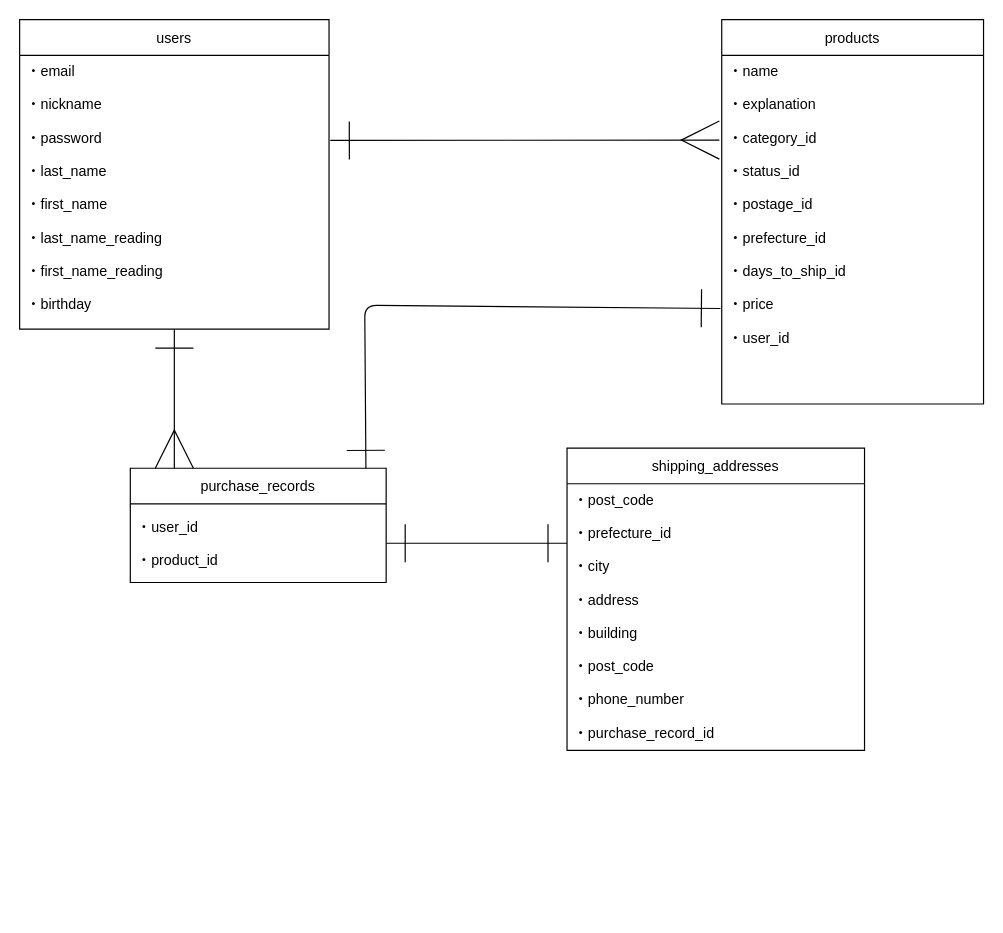
Osue1/furima-38186 keeps this draw.io diagram as ER.dio. Above is the earlier version. Source tidied: cells renumbered, new cells numbered last; positions are measured from the earlier drawing's top-left corner, leaving out a move shared by most shapes. Both pictures are drawn from the tidied source at 119%, with x=0, y=0 at pixel (19, 19).
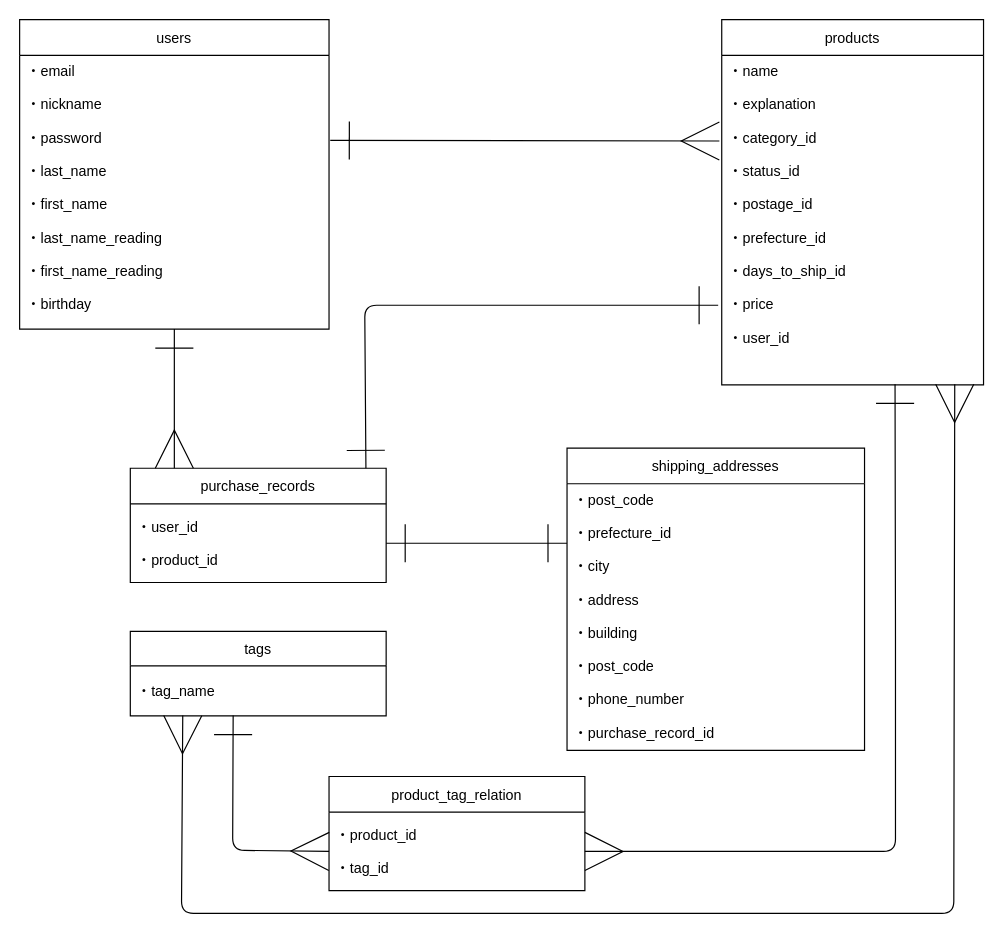
The same diagram, later.

Unchanged cells that the change refers to:
```xml
<mxCell id="4" value="・email&#10;&#10;・nickname&#10;&#10;・password&#10;&#10;・last_name&#10;&#10;・first_name&#10;&#10;・last_name_reading&#10;&#10;・first_name_reading&#10;&#10;・birthday" style="text;strokeColor=none;fillColor=none;align=left;verticalAlign=top;spacingLeft=4;spacingRight=4;overflow=hidden;points=[[0,0.5],[1,0.5]];portConstraint=eastwest;" parent="3" vertex="1">
  <mxGeometry y="30" width="260" height="230" as="geometry" />
</mxCell>
<mxCell id="11" value="purchase_records" style="swimlane;fontStyle=0;horizontal=1;startSize=30;html=0;" parent="1" vertex="1">
  <mxGeometry x="93" y="377" width="215" height="96" as="geometry" />
</mxCell>
```

The edit, as a diff of the source:
```diff
@@
-    <mxCell id="2" style="edgeStyle=none;html=1;exitX=1.004;exitY=0.311;exitDx=0;exitDy=0;endArrow=ERmany;endFill=0;endSize=30;startArrow=ERone;startFill=0;targetPerimeterSpacing=0;sourcePerimeterSpacing=0;startSize=30;entryX=-0.009;entryY=0.243;entryDx=0;entryDy=0;entryPerimeter=0;exitPerimeter=0;spacing=0;" parent="1" edge="1" source="4" target="6">
-      <mxGeometry relative="1" as="geometry" />
+    <mxCell id="2" style="edgeStyle=none;html=1;exitX=1.004;exitY=0.311;exitDx=0;exitDy=0;endArrow=ERmany;endFill=0;endSize=30;startArrow=ERone;startFill=0;targetPerimeterSpacing=0;sourcePerimeterSpacing=0;startSize=30;exitPerimeter=0;spacing=0;" parent="1" edge="1" source="4">
+      <mxGeometry relative="1" as="geometry">
+        <mxPoint x="588" y="102" as="targetPoint" />
+      </mxGeometry>
     </mxCell>
@@
     <mxCell id="5" value="products" style="swimlane;fontStyle=0;horizontal=1;startSize=30;" parent="1" vertex="1">
-      <mxGeometry x="590" width="220" height="323" as="geometry" />
+      <mxGeometry x="590" width="220" height="307" as="geometry" />
     </mxCell>
     <mxCell id="6" value="・name&#10;&#10;・explanation&#10;&#10;・category_id&#10;&#10;・status_id&#10;&#10;・postage_id&#10;&#10;・prefecture_id&#10;&#10;・days_to_ship_id&#10;&#10;・price&#10;&#10;・user_id" style="text;strokeColor=none;fillColor=none;align=left;verticalAlign=top;spacingLeft=4;spacingRight=4;overflow=hidden;points=[[0,0.5],[1,0.5]];portConstraint=eastwest;" parent="5" vertex="1">
-      <mxGeometry y="30" width="220" height="293" as="geometry" />
+      <mxGeometry y="30" width="220" height="277" as="geometry" />
     </mxCell>
@@
-    <mxCell id="10" style="edgeStyle=none;html=1;startArrow=ERone;startFill=0;endArrow=ERone;endFill=0;startSize=30;endSize=30;sourcePerimeterSpacing=0;targetPerimeterSpacing=0;exitX=-0.005;exitY=0.726;exitDx=0;exitDy=0;exitPerimeter=0;entryX=0.921;entryY=0.01;entryDx=0;entryDy=0;entryPerimeter=0;" parent="1" edge="1" source="6" target="11">
+    <mxCell id="10" style="edgeStyle=none;html=1;startArrow=ERone;startFill=0;endArrow=ERone;endFill=0;startSize=30;endSize=30;sourcePerimeterSpacing=0;targetPerimeterSpacing=0;entryX=0.921;entryY=0.01;entryDx=0;entryDy=0;entryPerimeter=0;" parent="1" edge="1" target="11">
       <mxGeometry relative="1" as="geometry">
+        <mxPoint x="587" y="240" as="sourcePoint" />
         <Array as="points">
           <mxPoint x="290" y="240" />
         </Array>
       </mxGeometry>
     </mxCell>
@@
+    <mxCell id="14" value="tags" style="swimlane;fontStyle=0;horizontal=1;startSize=29;html=0;" parent="1" vertex="1">
+      <mxGeometry x="93" y="514" width="215" height="71" as="geometry" />
+    </mxCell>
+    <mxCell id="15" value="・tag_name" style="text;strokeColor=none;fillColor=none;align=left;verticalAlign=middle;spacingLeft=4;spacingRight=4;overflow=hidden;points=[[0,0.5],[1,0.5]];portConstraint=eastwest;html=0;" parent="14" vertex="1">
+      <mxGeometry y="29" width="215" height="42" as="geometry" />
+    </mxCell>
+    <mxCell id="16" value="product_tag_relation" style="swimlane;fontStyle=0;horizontal=1;startSize=30;html=0;" parent="1" vertex="1">
+      <mxGeometry x="260" y="636" width="215" height="96" as="geometry" />
+    </mxCell>
+    <mxCell id="17" value="・product_id&#10;&#10;・tag_id" style="text;strokeColor=none;fillColor=none;align=left;verticalAlign=middle;spacingLeft=4;spacingRight=4;overflow=hidden;points=[[0,0.5],[1,0.5]];portConstraint=eastwest;html=0;" parent="16" vertex="1">
+      <mxGeometry y="30" width="215" height="66" as="geometry" />
+    </mxCell>
+    <mxCell id="18" style="edgeStyle=none;html=1;endArrow=ERmany;endFill=0;endSize=30;startArrow=ERone;startFill=0;targetPerimeterSpacing=0;sourcePerimeterSpacing=0;startSize=30;spacing=0;entryX=0;entryY=0.5;entryDx=0;entryDy=0;exitX=0.402;exitY=0.996;exitDx=0;exitDy=0;exitPerimeter=0;" parent="1" edge="1" source="15" target="17">
+      <mxGeometry relative="1" as="geometry">
+        <Array as="points">
+          <mxPoint x="179" y="698" />
+        </Array>
+      </mxGeometry>
+    </mxCell>
+    <mxCell id="19" style="edgeStyle=none;html=1;endArrow=ERmany;endFill=0;endSize=30;startArrow=ERone;startFill=0;targetPerimeterSpacing=0;sourcePerimeterSpacing=0;startSize=30;entryX=1;entryY=0.5;entryDx=0;entryDy=0;spacing=0;exitX=0.662;exitY=0.998;exitDx=0;exitDy=0;exitPerimeter=0;" parent="1" edge="1" source="6" target="17">
+      <mxGeometry relative="1" as="geometry">
+        <Array as="points">
+          <mxPoint x="736" y="508" />
+          <mxPoint x="736" y="699" />
+        </Array>
+      </mxGeometry>
+    </mxCell>
+    <mxCell id="20" style="edgeStyle=none;html=1;endArrow=ERmany;endFill=0;endSize=30;startArrow=ERmany;startFill=0;targetPerimeterSpacing=0;sourcePerimeterSpacing=0;startSize=30;spacing=0;exitX=0.89;exitY=0.998;exitDx=0;exitDy=0;exitPerimeter=0;entryX=0.205;entryY=0.996;entryDx=0;entryDy=0;entryPerimeter=0;" parent="1" edge="1" source="6" target="15">
+      <mxGeometry relative="1" as="geometry">
+        <Array as="points">
+          <mxPoint x="785" y="751" />
+          <mxPoint x="136" y="751" />
+        </Array>
+      </mxGeometry>
+    </mxCell>
```
